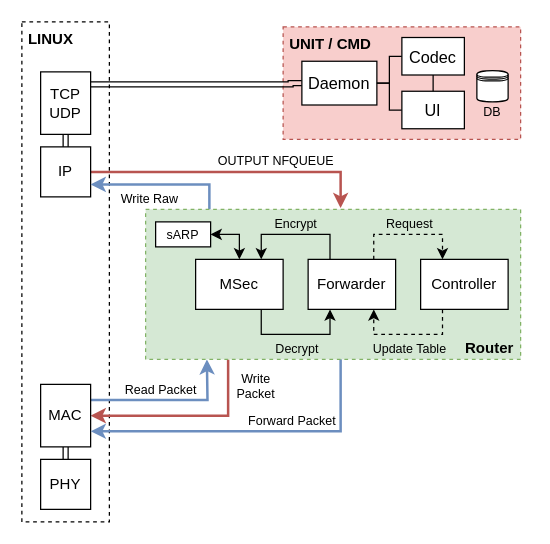
Earlier version of the draw.io diagram page "Network Stack" (1 of 3) of docs/figures/net_stack.drawio (mido3ds/C4IAN). Source tidied: cells renumbered, new cells numbered last; positions are measured from the earlier drawing's top-left corner, leaving out a move shared by most shapes. Both pictures are drawn from the tidied source at 125%, with x=0, y=0 at pixel (21, 21).
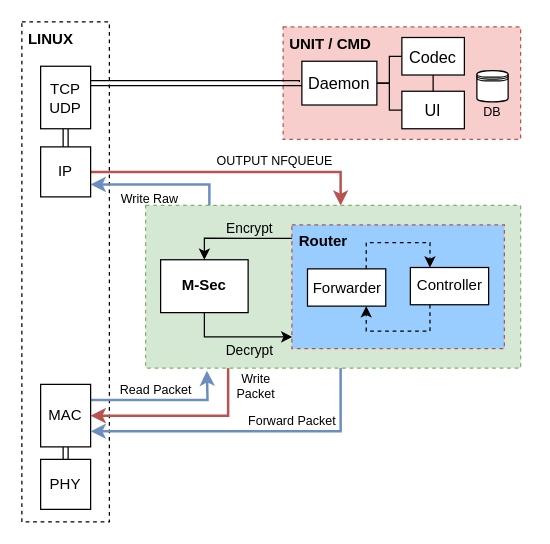
The same diagram, later.

The change refers to these unchanged cells:
```xml
<mxCell id="9" value="IP" style="rounded=0;whiteSpace=wrap;html=1;" parent="1" vertex="1">
  <mxGeometry x="15" y="100" width="40" height="40" as="geometry" />
</mxCell>
<mxCell id="17" value="MAC" style="rounded=0;whiteSpace=wrap;html=1;" parent="1" vertex="1">
  <mxGeometry x="15" y="290" width="40" height="50" as="geometry" />
</mxCell>
<mxCell id="21" value="Daemon" style="rounded=0;whiteSpace=wrap;html=1;labelBackgroundColor=#ffffff;fontSize=13;fontColor=#000000;align=center;" parent="1" vertex="1">
  <mxGeometry x="224" y="31.5" width="60" height="35" as="geometry" />
</mxCell>
```

Change to the diagram source:
```diff
@@
-    <mxCell id="4" style="edgeStyle=orthogonalEdgeStyle;rounded=0;jettySize=auto;html=1;exitX=0;exitY=0.5;exitDx=0;exitDy=0;startArrow=classic;startFill=1;endArrow=classic;endFill=1;fontSize=10;fontColor=#000000;shape=link;" parent="1" edge="1" source="21">
+    <mxCell id="4" style="edgeStyle=orthogonalEdgeStyle;rounded=0;orthogonalLoop=1;jettySize=auto;html=1;exitX=0;exitY=0.5;exitDx=0;exitDy=0;startArrow=classic;startFill=1;endArrow=classic;endFill=1;fontSize=10;fontColor=#000000;shape=link;" parent="1" edge="1">
       <mxGeometry relative="1" as="geometry">
-        <mxPoint x="55" y="50" as="targetPoint" />
+        <mxPoint x="224" y="48" as="sourcePoint" />
+        <mxPoint x="55" y="49" as="targetPoint" />
         <Array as="points">
-          <mxPoint x="215" y="50" />
+          <mxPoint x="224" y="49" />
         </Array>
       </mxGeometry>
     </mxCell>
@@
     <mxCell id="6" value="TCP&lt;br&gt;UDP" style="rounded=0;whiteSpace=wrap;html=1;" parent="1" vertex="1">
-      <mxGeometry x="15" y="40" width="40" height="50" as="geometry" />
+      <mxGeometry x="15" y="35.5" width="40" height="50" as="geometry" />
     </mxCell>
     <mxCell id="7" style="edgeStyle=orthogonalEdgeStyle;rounded=0;jettySize=auto;html=1;exitX=1;exitY=0.5;exitDx=0;exitDy=0;fillColor=#f8cecc;strokeColor=#b85450;endArrow=classic;endFill=1;strokeWidth=2;" parent="1" edge="1" source="9">
       <mxGeometry relative="1" as="geometry">
-        <mxPoint x="255" y="149" as="targetPoint" />
+        <mxPoint x="255" y="147" as="targetPoint" />
         <Array as="points">
           <mxPoint x="255" y="120" />
         </Array>
       </mxGeometry>
     </mxCell>
@@
     <mxCell id="14" style="edgeStyle=orthogonalEdgeStyle;rounded=0;jettySize=auto;html=1;exitX=1;exitY=0.25;exitDx=0;exitDy=0;fillColor=#dae8fc;strokeColor=#6c8ebf;endArrow=classic;endFill=1;strokeWidth=2;" parent="1" edge="1" source="17">
       <mxGeometry relative="1" as="geometry">
-        <mxPoint x="148" y="270" as="targetPoint" />
+        <mxPoint x="148" y="279" as="targetPoint" />
       </mxGeometry>
     </mxCell>
@@
-    <mxCell id="28" style="group;" parent="1" vertex="1">
-      <mxGeometry x="99" y="150" width="300" height="120" as="geometry" />
+    <mxCell id="28" style="group;spacing=0;" parent="1" vertex="1">
+      <mxGeometry x="99" y="150" width="306" height="127" as="geometry" />
     </mxCell>
-    <mxCell id="29" value="&lt;font size=&quot;1&quot;&gt;&lt;b style=&quot;font-size: 12px&quot;&gt;Router&amp;nbsp;&lt;/b&gt;&lt;/font&gt;" style="rounded=0;whiteSpace=wrap;html=1;labelBackgroundColor=none;dashed=1;fillColor=#d5e8d4;strokeColor=#82b366;align=right;verticalAlign=bottom;" parent="28" vertex="1">
-      <mxGeometry width="300" height="120" as="geometry" />
+    <mxCell id="29" style="rounded=0;whiteSpace=wrap;html=1;labelBackgroundColor=none;dashed=1;fillColor=#d5e8d4;strokeColor=#82b366;align=right;verticalAlign=bottom;" parent="28" vertex="1">
+      <mxGeometry y="-3.2" width="300" height="130.2" as="geometry" />
     </mxCell>
-    <mxCell id="30" value="MSec" style="rounded=0;whiteSpace=wrap;html=1;" parent="28" vertex="1">
-      <mxGeometry x="40" y="40" width="70" height="40" as="geometry" />
+    <mxCell id="30" value="&lt;b&gt;M-Sec&lt;/b&gt;" style="rounded=0;whiteSpace=wrap;html=1;" parent="28" vertex="1">
+      <mxGeometry x="12" y="40.3" width="70" height="42.3" as="geometry" />
     </mxCell>
-    <mxCell id="31" style="edgeStyle=orthogonalEdgeStyle;rounded=0;jettySize=auto;html=1;exitX=0.25;exitY=0;exitDx=0;exitDy=0;entryX=0.75;entryY=0;entryDx=0;entryDy=0;startArrow=none;startFill=0;endArrow=classic;endFill=1;fontColor=#FFD966;" parent="28" edge="1" source="33" target="30">
-      <mxGeometry x="30" as="geometry" />
-    </mxCell>
+    <mxCell id="35" value="Decrypt" style="endArrow=classic;html=1;exitX=0.5;exitY=1;exitDx=0;exitDy=0;rounded=0;labelBackgroundColor=none;entryX=0.002;entryY=0.905;entryDx=0;entryDy=0;entryPerimeter=0;" parent="28" edge="1" source="30" target="44">
+      <mxGeometry x="0.22" y="-11" relative="1" as="geometry">
+        <Array as="points">
+          <mxPoint x="47" y="102" />
+        </Array>
+      </mxGeometry>
+    </mxCell>
-    <mxCell id="32" value="&lt;font style=&quot;font-size: 10px;&quot;&gt;Encrypt&lt;/font&gt;" style="edgeLabel;html=1;align=center;verticalAlign=middle;labelBackgroundColor=none;fontSize=10;" parent="31" vertex="1">
-      <mxGeometry x="-0.29" y="3" relative="1" as="geometry">
-        <mxPoint x="-13.7" y="-13" as="offset" />
+    <mxCell id="32" value="&lt;span&gt;Encrypt&lt;/span&gt;" style="endArrow=classic;html=1;entryX=0.5;entryY=0;entryDx=0;entryDy=0;rounded=0;fontStyle=0;labelBackgroundColor=none;exitX=0.006;exitY=0.11;exitDx=0;exitDy=0;exitPerimeter=0;" parent="28" edge="1" source="44" target="30">
+      <mxGeometry x="-0.21" y="-8" relative="1" as="geometry">
+        <Array as="points">
+          <mxPoint x="47" y="23" />
+        </Array>
       </mxGeometry>
     </mxCell>
+    <mxCell id="43" style="group;spacingBottom=0;" parent="28" vertex="1">
+      <mxGeometry x="117" y="12.4" width="170" height="99" as="geometry" />
+    </mxCell>
+    <mxCell id="44" value="Router" style="rounded=0;whiteSpace=wrap;html=1;verticalAlign=top;align=left;dashed=1;fontStyle=1;fontSize=12;strokeColor=#b85450;spacingTop=0;spacingLeft=4;fillColor=#99CCFF;spacingBottom=1;" parent="43" vertex="1">
+      <mxGeometry width="170" height="99" as="geometry" />
+    </mxCell>
-    <mxCell id="33" value="Forwarder" style="rounded=0;whiteSpace=wrap;html=1;" parent="28" vertex="1">
-      <mxGeometry x="130" y="40" width="70" height="40" as="geometry" />
+    <mxCell id="33" value="Forwarder" style="rounded=0;whiteSpace=wrap;html=1;" parent="43" vertex="1">
+      <mxGeometry x="12.5" y="35.2" width="62.6" height="29.8" as="geometry" />
     </mxCell>
-    <mxCell id="34" style="edgeStyle=orthogonalEdgeStyle;rounded=0;jettySize=auto;html=1;exitX=0.75;exitY=1;exitDx=0;exitDy=0;entryX=0.25;entryY=1;entryDx=0;entryDy=0;startArrow=none;startFill=0;endArrow=classic;endFill=1;fontColor=#FFD966;" parent="28" edge="1" source="30" target="33">
-      <mxGeometry x="30" as="geometry" />
-    </mxCell>
-    <mxCell id="35" value="&lt;font color=&quot;#000000&quot; style=&quot;font-size: 10px;&quot;&gt;Decrypt&lt;/font&gt;" style="edgeLabel;html=1;align=center;verticalAlign=middle;fontColor=#FFD966;labelBackgroundColor=none;fontSize=10;" parent="34" vertex="1">
-      <mxGeometry x="-0.2" y="-2" relative="1" as="geometry">
-        <mxPoint x="9.6" y="8" as="offset" />
-      </mxGeometry>
-    </mxCell>
-    <mxCell id="36" style="edgeStyle=orthogonalEdgeStyle;rounded=0;jettySize=auto;html=1;exitX=0.25;exitY=1;exitDx=0;exitDy=0;entryX=0.75;entryY=1;entryDx=0;entryDy=0;startArrow=none;startFill=0;endArrow=classic;endFill=1;fontColor=#000000;dashed=1;" parent="28" edge="1" source="38" target="33">
-      <mxGeometry x="30" as="geometry" />
+    <mxCell id="36" style="edgeStyle=orthogonalEdgeStyle;rounded=0;jettySize=auto;html=1;exitX=0.25;exitY=1;exitDx=0;exitDy=0;entryX=0.75;entryY=1;entryDx=0;entryDy=0;startArrow=none;startFill=0;endArrow=classic;endFill=1;fontColor=#000000;dashed=1;" parent="43" edge="1" source="38" target="33">
+      <mxGeometry x="-438.4" y="-203" as="geometry" />
     </mxCell>
-    <mxCell id="37" value="Update Table" style="edgeLabel;html=1;align=center;verticalAlign=middle;fontColor=#000000;labelBackgroundColor=none;fontSize=10;" parent="36" vertex="1">
-      <mxGeometry x="0.25" relative="1" as="geometry">
-        <mxPoint x="11.8" y="10" as="offset" />
-      </mxGeometry>
-    </mxCell>
-    <mxCell id="38" value="Controller" style="rounded=0;whiteSpace=wrap;html=1;" parent="28" vertex="1">
-      <mxGeometry x="220" y="40" width="70" height="40" as="geometry" />
+    <mxCell id="38" value="Controller" style="rounded=0;whiteSpace=wrap;html=1;" parent="43" vertex="1">
+      <mxGeometry x="94.8" y="34.1" width="62.6" height="29.8" as="geometry" />
     </mxCell>
-    <mxCell id="39" style="edgeStyle=orthogonalEdgeStyle;rounded=0;jettySize=auto;html=1;exitX=0.75;exitY=0;exitDx=0;exitDy=0;entryX=0.25;entryY=0;entryDx=0;entryDy=0;startArrow=none;startFill=0;endArrow=classic;endFill=1;fontColor=#FFD966;dashed=1;" parent="28" edge="1" source="33" target="38">
-      <mxGeometry x="30" as="geometry" />
+    <mxCell id="39" style="edgeStyle=orthogonalEdgeStyle;rounded=0;jettySize=auto;html=1;exitX=0.75;exitY=0;exitDx=0;exitDy=0;entryX=0.25;entryY=0;entryDx=0;entryDy=0;startArrow=none;startFill=0;endArrow=classic;endFill=1;fontColor=#FFD966;dashed=1;" parent="43" edge="1" source="33" target="38">
+      <mxGeometry x="-438.4" y="-203" as="geometry" />
     </mxCell>
-    <mxCell id="40" value="Request" style="edgeLabel;html=1;align=center;verticalAlign=middle;labelBackgroundColor=none;fontSize=10;" parent="39" vertex="1">
-      <mxGeometry x="-0.2" y="-1" relative="1" as="geometry">
-        <mxPoint x="9.6" y="-11" as="offset" />
-      </mxGeometry>
-    </mxCell>
-    <mxCell id="41" style="edgeStyle=orthogonalEdgeStyle;rounded=0;jettySize=auto;html=1;exitX=1;exitY=0.5;exitDx=0;exitDy=0;entryX=0.5;entryY=0;entryDx=0;entryDy=0;fontSize=10;startArrow=classic;startFill=1;" parent="28" edge="1" source="42" target="30">
-      <mxGeometry relative="1" as="geometry" />
-    </mxCell>
-    <mxCell id="42" value="sARP" style="whiteSpace=wrap;html=1;fontSize=10;" parent="28" vertex="1">
-      <mxGeometry x="8" y="10" width="44" height="20" as="geometry" />
-    </mxCell>
```
